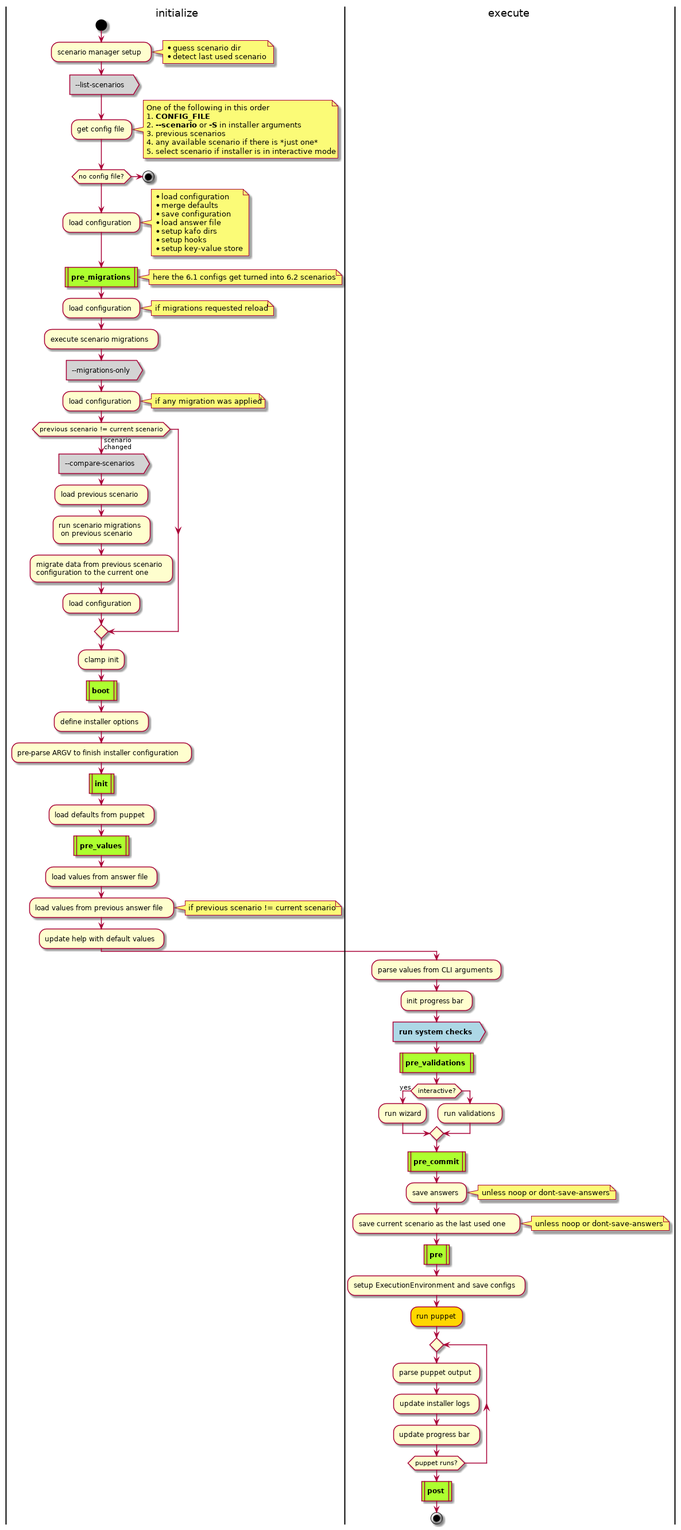
Earlier version of the PlantUML export doc/kafo_run.png (theforeman/kafo).
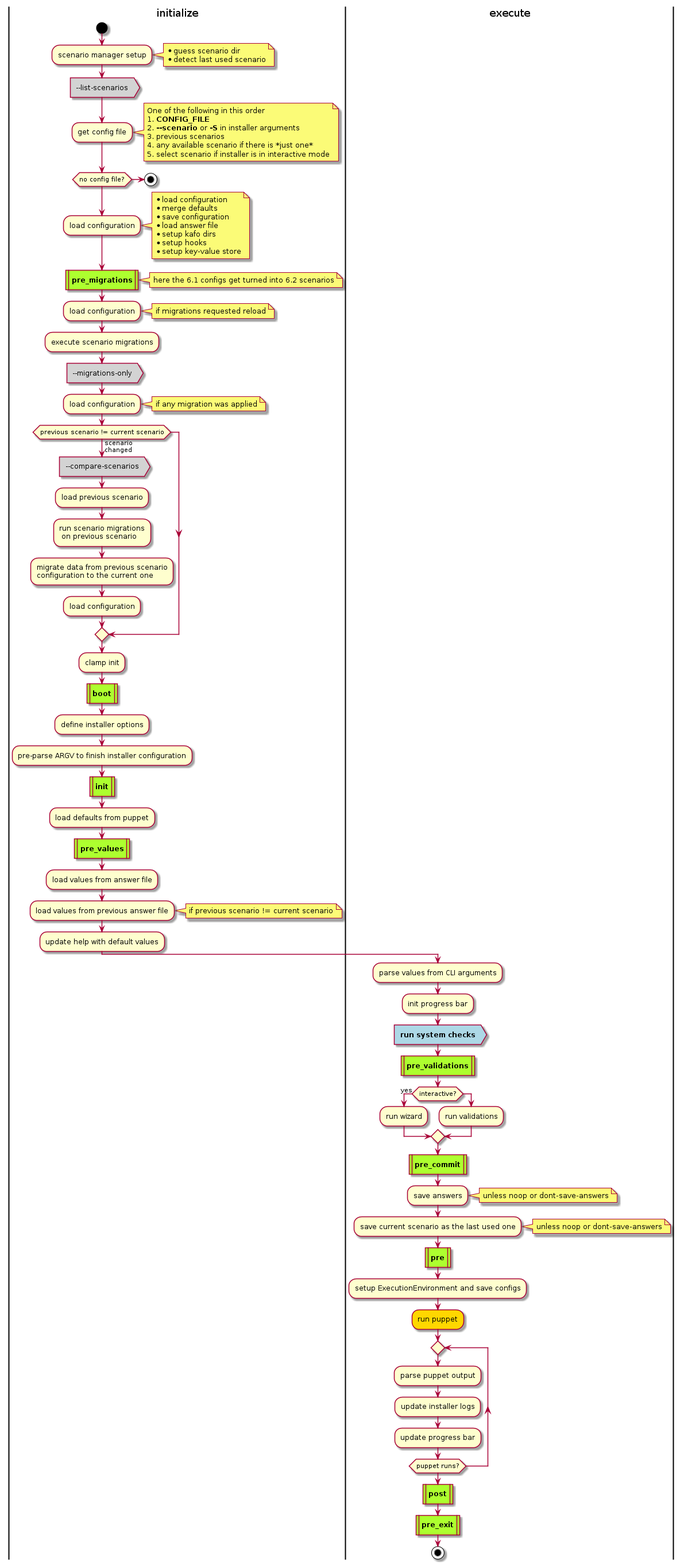
The same diagram one commit later.

Commit message:
Add exit hook

The edit, as a diff of the source:
```diff
@@ -104,5 +104,7 @@
 
   #Greenyellow:**post**|
 
+  #Greenyellow:**pre_exit**|
+
   stop
 @enduml
```
